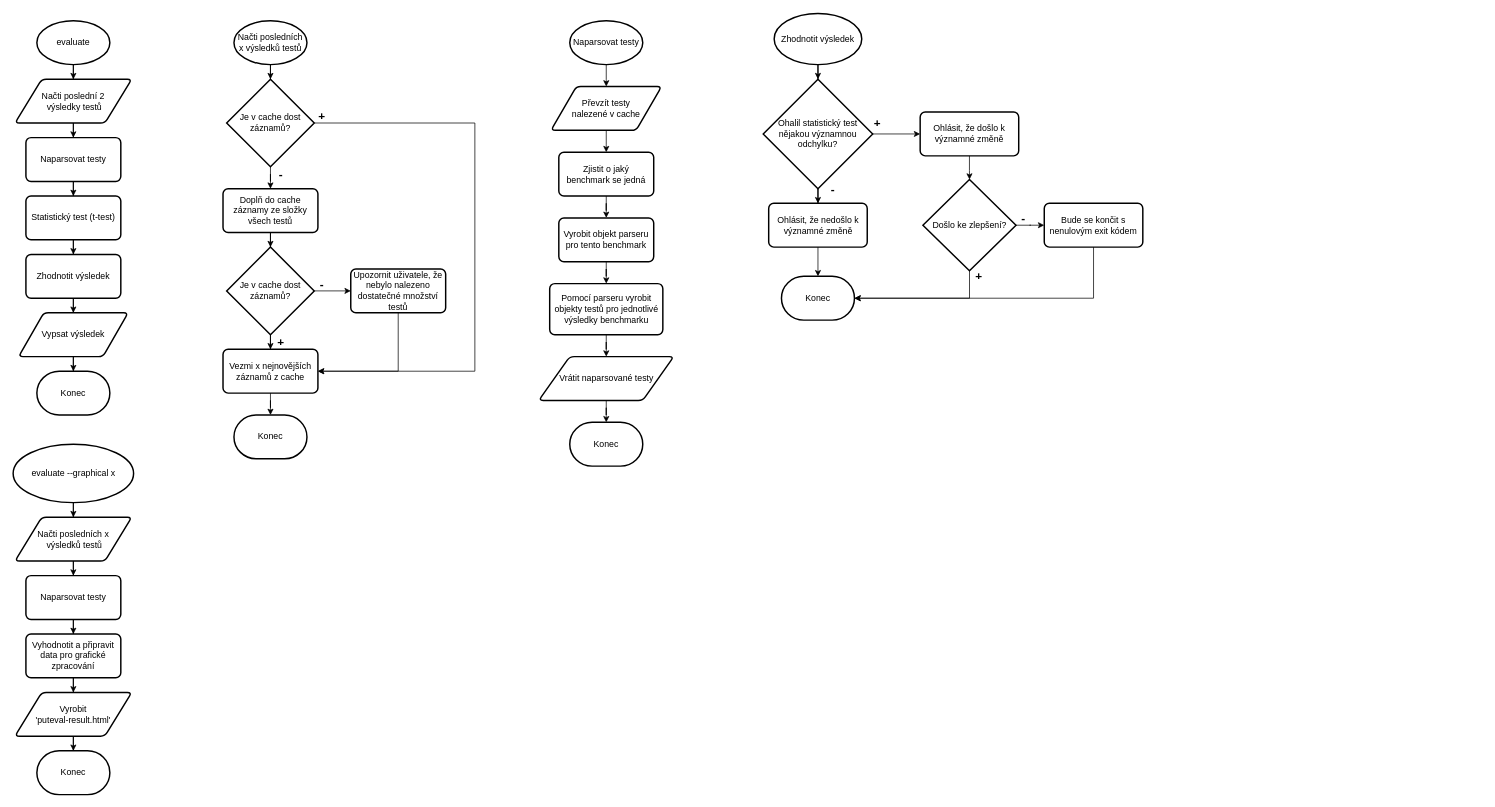
BigGargoyle/PerfEval keeps this draw.io diagram as pute-diagramy.drawio. Above is the earlier version. Source tidied: cells renumbered, new cells numbered last; positions are measured from the earlier drawing's top-left corner, leaving out a move shared by most shapes. Both pictures are drawn from the tidied source at 73%, with x=0, y=0 at pixel (13, 13).
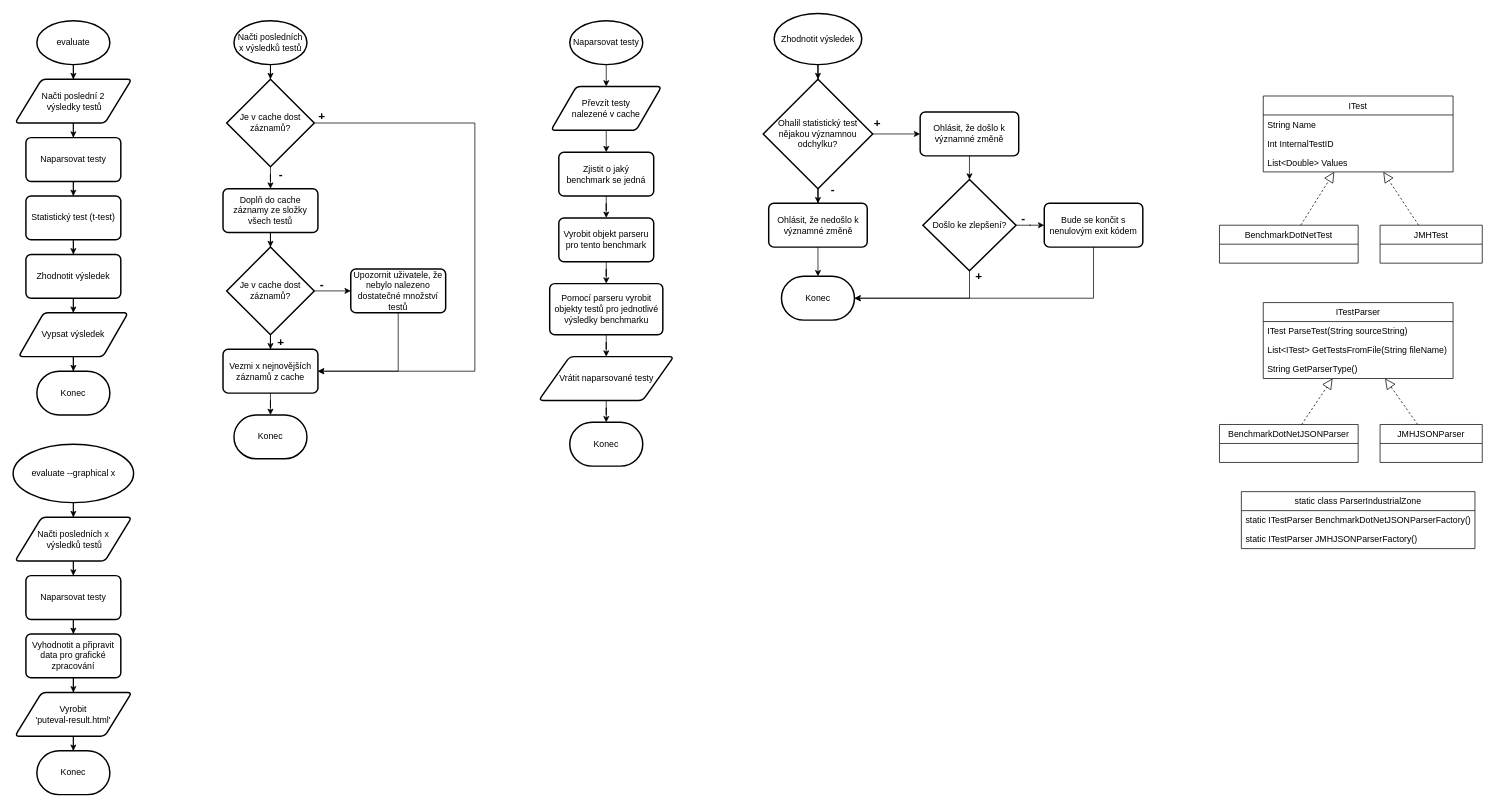
Above is the later version.

Commit message:
prvni návrh tříd

Change to the diagram source:
```diff
@@
+    <mxCell id="77" value="ITest" style="swimlane;fontStyle=0;horizontal=1;startSize=26;fillColor=none;" parent="1" vertex="1">
+      <mxGeometry x="1712" y="113" width="260" height="104" as="geometry" />
+    </mxCell>
+    <mxCell id="78" value="String Name" style="text;strokeColor=none;fillColor=none;align=left;verticalAlign=top;spacingLeft=4;spacingRight=4;overflow=hidden;" parent="77" vertex="1">
+      <mxGeometry y="26" width="260" height="26" as="geometry" />
+    </mxCell>
+    <mxCell id="79" value="Int InternalTestID" style="text;strokeColor=none;fillColor=none;align=left;verticalAlign=top;spacingLeft=4;spacingRight=4;overflow=hidden;" parent="77" vertex="1">
+      <mxGeometry y="52" width="260" height="26" as="geometry" />
+    </mxCell>
+    <mxCell id="80" value="List&lt;Double&gt; Values" style="text;strokeColor=none;fillColor=none;align=left;verticalAlign=top;spacingLeft=4;spacingRight=4;overflow=hidden;" parent="77" vertex="1">
+      <mxGeometry y="78" width="260" height="26" as="geometry" />
+    </mxCell>
+    <mxCell id="81" value="JMHTest" style="swimlane;fontStyle=0;horizontal=1;startSize=26;fillColor=none;" parent="1" vertex="1">
+      <mxGeometry x="1872" y="290" width="140" height="52" as="geometry" />
+    </mxCell>
+    <mxCell id="82" value="BenchmarkDotNetTest" style="swimlane;fontStyle=0;horizontal=1;startSize=26;fillColor=none;" parent="1" vertex="1">
+      <mxGeometry x="1652" y="290" width="190" height="52" as="geometry" />
+    </mxCell>
+    <mxCell id="83" style="endArrow=block;dashed=1;endFill=0;endSize=12;html=1;" parent="1" edge="1" source="81" target="77">
+      <mxGeometry relative="1" as="geometry" />
+    </mxCell>
+    <mxCell id="84" style="endArrow=block;dashed=1;endFill=0;endSize=12;html=1;" parent="1" edge="1" source="82" target="77">
+      <mxGeometry relative="1" as="geometry" />
+    </mxCell>
+    <mxCell id="85" value="ITestParser" style="swimlane;fontStyle=0;horizontal=1;startSize=26;fillColor=none;" parent="1" vertex="1">
+      <mxGeometry x="1712" y="396" width="260" height="104" as="geometry" />
+    </mxCell>
+    <mxCell id="86" value="ITest ParseTest(String sourceString)" style="text;strokeColor=none;fillColor=none;align=left;verticalAlign=top;spacingLeft=4;spacingRight=4;overflow=hidden;" parent="85" vertex="1">
+      <mxGeometry y="26" width="260" height="26" as="geometry" />
+    </mxCell>
+    <mxCell id="87" value="List&lt;ITest&gt; GetTestsFromFile(String fileName)" style="text;strokeColor=none;fillColor=none;align=left;verticalAlign=top;spacingLeft=4;spacingRight=4;overflow=hidden;" parent="85" vertex="1">
+      <mxGeometry y="52" width="260" height="26" as="geometry" />
+    </mxCell>
+    <mxCell id="88" value="String GetParserType()" style="text;strokeColor=none;fillColor=none;align=left;verticalAlign=top;spacingLeft=4;spacingRight=4;overflow=hidden;" parent="85" vertex="1">
+      <mxGeometry y="78" width="260" height="26" as="geometry" />
+    </mxCell>
+    <mxCell id="89" value="BenchmarkDotNetJSONParser" style="swimlane;fontStyle=0;horizontal=1;startSize=26;fillColor=none;" parent="1" vertex="1">
+      <mxGeometry x="1652" y="563" width="190" height="52" as="geometry" />
+    </mxCell>
+    <mxCell id="90" value="JMHJSONParser" style="swimlane;fontStyle=0;horizontal=1;startSize=26;fillColor=none;" parent="1" vertex="1">
+      <mxGeometry x="1872" y="563" width="140" height="52" as="geometry" />
+    </mxCell>
+    <mxCell id="91" style="endArrow=block;dashed=1;endFill=0;endSize=12;html=1;" parent="1" edge="1" source="89" target="85">
+      <mxGeometry relative="1" as="geometry" />
+    </mxCell>
+    <mxCell id="92" style="endArrow=block;dashed=1;endFill=0;endSize=12;html=1;" parent="1" edge="1" source="90" target="85">
+      <mxGeometry relative="1" as="geometry" />
+    </mxCell>
+    <mxCell id="93" value="static class ParserIndustrialZone" style="swimlane;fontStyle=0;horizontal=1;startSize=26;fillColor=none;" parent="1" vertex="1">
+      <mxGeometry x="1682" y="655" width="320" height="78" as="geometry" />
+    </mxCell>
+    <mxCell id="94" value="static ITestParser BenchmarkDotNetJSONParserFactory()" style="text;strokeColor=none;fillColor=none;align=left;verticalAlign=top;spacingLeft=4;spacingRight=4;overflow=hidden;" parent="93" vertex="1">
+      <mxGeometry y="26" width="320" height="26" as="geometry" />
+    </mxCell>
+    <mxCell id="95" value="static ITestParser JMHJSONParserFactory()" style="text;strokeColor=none;fillColor=none;align=left;verticalAlign=top;spacingLeft=4;spacingRight=4;overflow=hidden;" parent="93" vertex="1">
+      <mxGeometry y="52" width="320" height="26" as="geometry" />
+    </mxCell>
```
